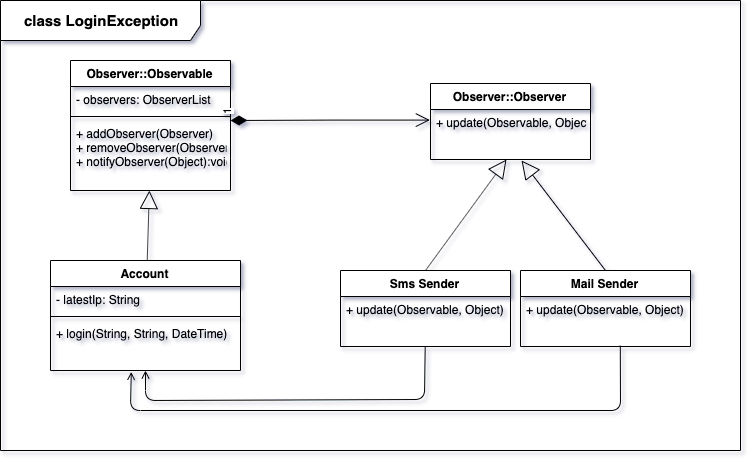
Before: observer_pattern/observer pattern-LoginException.png, a diagram exported from draw.io (jiuzixue09/design_pattern). Source tidied: cells renumbered, new cells last; positions are measured from the earlier drawing's top-left corner, leaving out a move shared by most shapes.
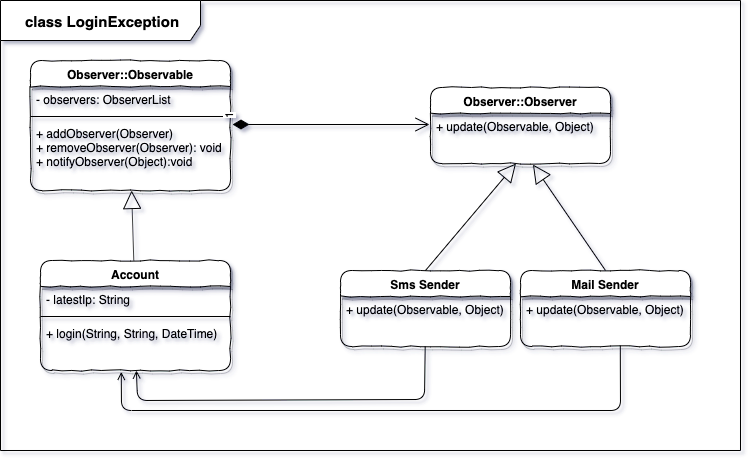
After the commit.

What changed in the source:
```diff
@@ -5,25 +5,20 @@
     <mxCell id="2" value="&lt;font style=&quot;font-size: 15px&quot;&gt;&lt;b&gt;class LoginException&lt;/b&gt;&lt;/font&gt;" style="shape=umlFrame;whiteSpace=wrap;html=1;width=200;height=40;" parent="1" vertex="1">
       <mxGeometry width="740" height="450" as="geometry" />
     </mxCell>
-    <mxCell id="3" value="Observer::Observable" style="swimlane;fontStyle=1;align=center;verticalAlign=top;horizontal=1;startSize=26;" parent="1" vertex="1">
-      <mxGeometry x="70" y="60" width="160" height="130" as="geometry" />
+    <mxCell id="3" value="Observer::Observable" style="swimlane;fontStyle=1;align=center;verticalAlign=top;horizontal=1;startSize=26;rounded=1;shadow=1;comic=1;" parent="1" vertex="1">
+      <mxGeometry x="30" y="60" width="200" height="130" as="geometry" />
     </mxCell>
     <mxCell id="4" value="- observers: ObserverList" style="text;strokeColor=none;fillColor=none;align=left;verticalAlign=top;spacingLeft=4;spacingRight=4;overflow=hidden;" parent="3" vertex="1">
-      <mxGeometry y="26" width="160" height="26" as="geometry" />
+      <mxGeometry y="26" width="200" height="26" as="geometry" />
     </mxCell>
     <mxCell id="5" style="line;strokeWidth=1;fillColor=none;align=left;verticalAlign=middle;spacingTop=-1;spacingLeft=3;spacingRight=3;labelPosition=right;" parent="3" vertex="1">
-      <mxGeometry y="52" width="160" height="8" as="geometry" />
+      <mxGeometry y="52" width="200" height="8" as="geometry" />
     </mxCell>
-    <mxCell id="6" value="1" style="endArrow=open;html=1;endSize=12;startArrow=diamondThin;startSize=14;startFill=1;edgeStyle=orthogonalEdgeStyle;align=left;verticalAlign=bottom;entryX=-0.006;entryY=0.22;entryDx=0;entryDy=0;entryPerimeter=0;horizontal=0;" parent="3" edge="1" target="13">
-      <mxGeometry x="-1" y="3" relative="1" as="geometry">
-        <mxPoint x="160" y="60" as="sourcePoint" />
-      </mxGeometry>
-    </mxCell>
     <mxCell id="7" value="+ addObserver(Observer)&#10;+ removeObserver(Observer): void&#10;+ notifyObserver(Object):void&#10;" style="text;strokeColor=none;fillColor=none;align=left;verticalAlign=top;spacingLeft=4;spacingRight=4;overflow=hidden;points=[[0,0.5],[1,0.5]];portConstraint=eastwest;" parent="3" vertex="1">
-      <mxGeometry y="60" width="160" height="70" as="geometry" />
+      <mxGeometry y="60" width="200" height="70" as="geometry" />
     </mxCell>
-    <mxCell id="8" value="Account" style="swimlane;fontStyle=1;align=center;verticalAlign=top;horizontal=1;startSize=26;" parent="1" vertex="1">
-      <mxGeometry x="50" y="260" width="190" height="110" as="geometry" />
+    <mxCell id="8" value="Account" style="swimlane;fontStyle=1;align=center;verticalAlign=top;horizontal=1;startSize=26;rounded=1;shadow=1;comic=1;" parent="1" vertex="1">
+      <mxGeometry x="40" y="260" width="190" height="110" as="geometry" />
     </mxCell>
     <mxCell id="9" value="- latestIp: String" style="text;strokeColor=none;fillColor=none;align=left;verticalAlign=top;spacingLeft=4;spacingRight=4;overflow=hidden;" parent="8" vertex="1">
       <mxGeometry y="26" width="190" height="26" as="geometry" />
@@ -34,13 +29,13 @@
     <mxCell id="11" value="+ login(String, String, DateTime)" style="text;strokeColor=none;fillColor=none;align=left;verticalAlign=top;spacingLeft=4;spacingRight=4;overflow=hidden;points=[[0,0.5],[1,0.5]];portConstraint=eastwest;" parent="8" vertex="1">
       <mxGeometry y="60" width="190" height="50" as="geometry" />
     </mxCell>
-    <mxCell id="12" value="Observer::Observer" style="swimlane;fontStyle=1;align=center;verticalAlign=top;horizontal=1;startSize=26;" parent="1" vertex="1">
-      <mxGeometry x="430" y="83" width="160" height="76" as="geometry" />
+    <mxCell id="12" value="Observer::Observer" style="swimlane;fontStyle=1;align=center;verticalAlign=top;horizontal=1;startSize=26;rounded=1;shadow=1;comic=1;" parent="1" vertex="1">
+      <mxGeometry x="430" y="87" width="180" height="76" as="geometry" />
     </mxCell>
     <mxCell id="13" value="+ update(Observable, Object)" style="text;strokeColor=none;fillColor=none;align=left;verticalAlign=top;spacingLeft=4;spacingRight=4;overflow=hidden;points=[[0,0.5],[1,0.5]];portConstraint=eastwest;" parent="12" vertex="1">
-      <mxGeometry y="26" width="160" height="50" as="geometry" />
+      <mxGeometry y="26" width="180" height="50" as="geometry" />
     </mxCell>
-    <mxCell id="14" value="Sms Sender" style="swimlane;fontStyle=1;align=center;verticalAlign=top;horizontal=1;startSize=26;" parent="1" vertex="1">
+    <mxCell id="14" value="Sms Sender" style="swimlane;fontStyle=1;align=center;verticalAlign=top;horizontal=1;startSize=26;rounded=1;shadow=1;comic=1;" parent="1" vertex="1">
       <mxGeometry x="340" y="270" width="170" height="76" as="geometry" />
     </mxCell>
     <mxCell id="15" value="+ update(Observable, Object)" style="text;strokeColor=none;fillColor=none;align=left;verticalAlign=top;spacingLeft=4;spacingRight=4;overflow=hidden;points=[[0,0.5],[1,0.5]];portConstraint=eastwest;" parent="14" vertex="1">
@@ -52,7 +47,7 @@
     <mxCell id="17" style="endArrow=block;endSize=16;endFill=0;html=1;" parent="1" edge="1" source="8" target="7">
       <mxGeometry relative="1" as="geometry" />
     </mxCell>
-    <mxCell id="18" value="Mail Sender" style="swimlane;fontStyle=1;align=center;verticalAlign=top;horizontal=1;startSize=26;" parent="1" vertex="1">
+    <mxCell id="18" value="Mail Sender" style="swimlane;fontStyle=1;align=center;verticalAlign=top;horizontal=1;startSize=26;rounded=1;shadow=1;comic=1;" parent="1" vertex="1">
       <mxGeometry x="520" y="270" width="170" height="76" as="geometry" />
     </mxCell>
     <mxCell id="19" value="+ update(Observable, Object)" style="text;strokeColor=none;fillColor=none;align=left;verticalAlign=top;spacingLeft=4;spacingRight=4;overflow=hidden;points=[[0,0.5],[1,0.5]];portConstraint=eastwest;" parent="18" vertex="1">
@@ -65,7 +60,7 @@
       <mxGeometry relative="1" as="geometry">
         <Array as="points">
           <mxPoint x="424" y="399" />
-          <mxPoint x="145" y="400" />
+          <mxPoint x="137" y="400" />
         </Array>
       </mxGeometry>
     </mxCell>
@@ -73,9 +68,12 @@
       <mxGeometry relative="1" as="geometry">
         <Array as="points">
           <mxPoint x="620" y="410" />
-          <mxPoint x="130" y="410" />
+          <mxPoint x="121" y="410" />
         </Array>
       </mxGeometry>
     </mxCell>
+    <mxCell id="6" value="1" style="endArrow=open;html=1;endSize=12;startArrow=diamondThin;startSize=14;startFill=1;edgeStyle=orthogonalEdgeStyle;align=left;verticalAlign=bottom;entryX=-0.006;entryY=0.22;entryDx=0;entryDy=0;entryPerimeter=0;horizontal=0;exitX=1.01;exitY=0.057;exitDx=0;exitDy=0;exitPerimeter=0;" parent="1" edge="1" source="7" target="13">
+      <mxGeometry x="-1" y="3" relative="1" as="geometry" />
+    </mxCell>
   </root>
 </mxGraphModel>
```
